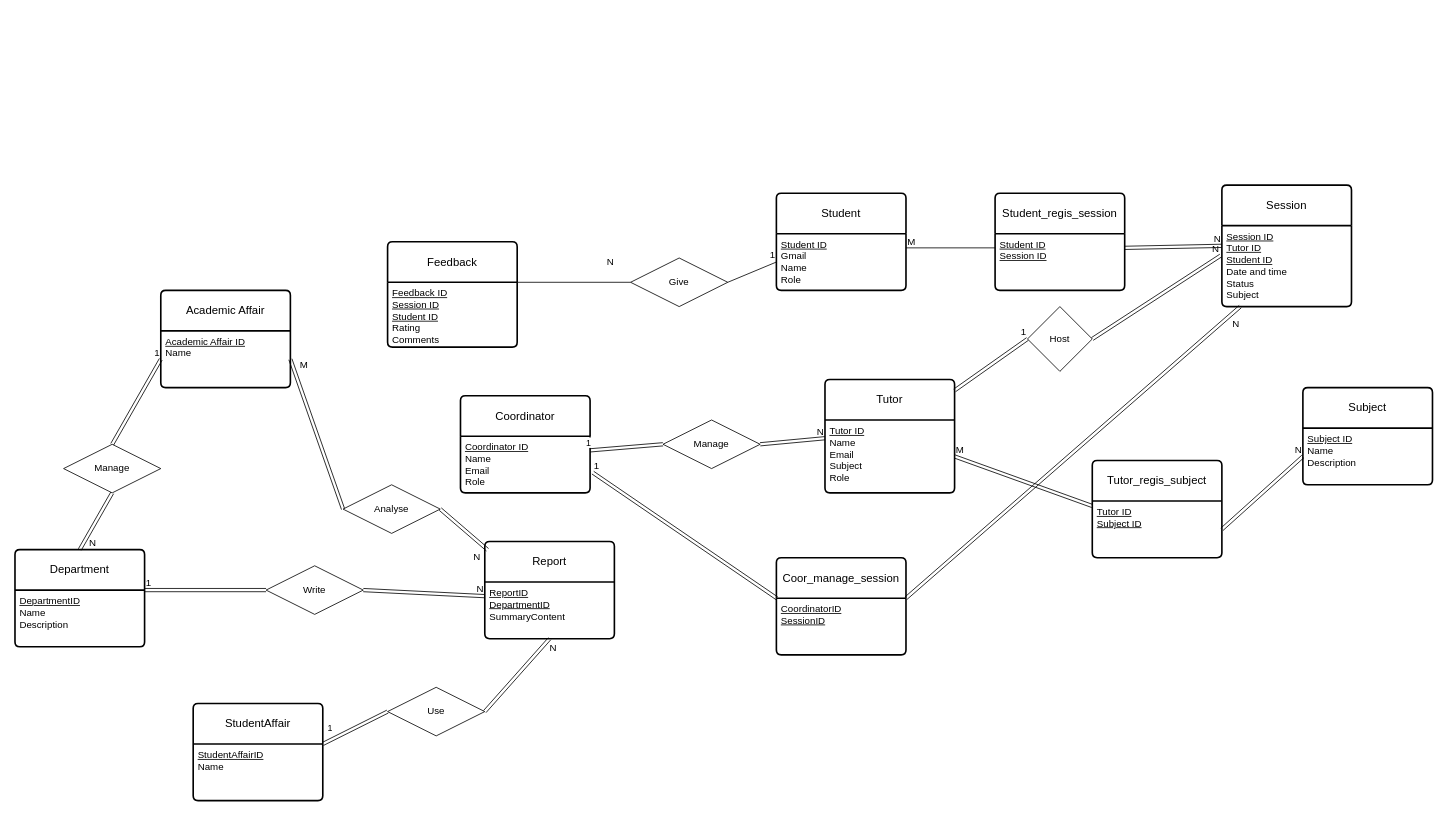
Before: sw2.drawio in Sonhoangvo/csdl, a draw.io diagram. Source tidied: cells renumbered, new cells numbered last; positions are measured from the earlier drawing's top-left corner, leaving out a move shared by most shapes. Both pictures are drawn from the tidied source at 81%, with x=0, y=0 at pixel (15, 185).
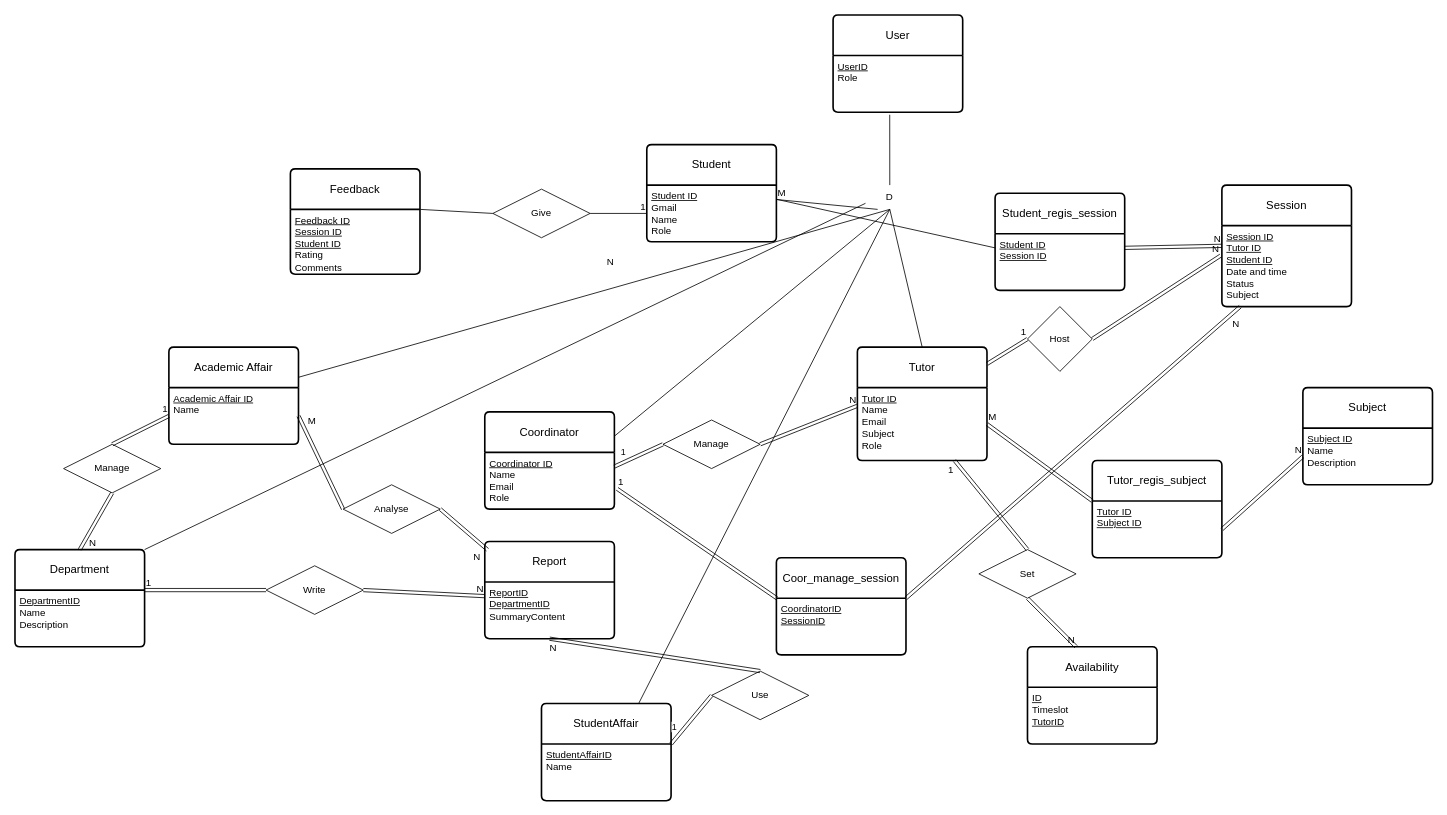
Above is the later version.

Unchanged cells that the change refers to:
```xml
<mxCell id="5" value="&lt;u&gt;Tutor ID&lt;/u&gt;&lt;div&gt;Name&lt;/div&gt;&lt;div&gt;Email&lt;/div&gt;&lt;div&gt;Subject&lt;/div&gt;&lt;div&gt;Role&lt;/div&gt;" style="align=left;strokeColor=none;fillColor=none;spacingLeft=4;spacingRight=4;fontSize=12;verticalAlign=top;html=1;whiteSpace=wrap;" parent="4" vertex="1">
  <mxGeometry y="50" width="160" height="90" as="geometry" />
</mxCell>
<mxCell id="21" value="&lt;u&gt;Tutor ID&lt;/u&gt;&lt;div&gt;&lt;u&gt;Subject ID&lt;/u&gt;&lt;/div&gt;" style="align=left;strokeColor=none;fillColor=none;spacingLeft=4;spacingRight=4;fontSize=12;verticalAlign=top;html=1;whiteSpace=wrap;" parent="20" vertex="1">
  <mxGeometry y="50" width="160" height="70" as="geometry" />
</mxCell>
<mxCell id="43" style="shape=link;html=1;rounded=0;entryX=0;entryY=0.5;entryDx=0;entryDy=0;exitX=1;exitY=0.25;exitDx=0;exitDy=0;" parent="1" edge="1" source="39" target="40">
  <mxGeometry relative="1" as="geometry" />
</mxCell>
<mxCell id="51" value="Department" style="swimlane;horizontal=1;startSize=50;rounded=1;fontSize=14;fontStyle=0;strokeWidth=2;shadow=0;dashed=0;align=center;arcSize=4;whiteSpace=wrap;html=1;" parent="1" vertex="1">
  <mxGeometry y="450" width="160" height="120" as="geometry" />
</mxCell>
<mxCell id="54" value="&lt;u&gt;ReportID&lt;/u&gt;&lt;div&gt;&lt;u&gt;DepartmentID&lt;/u&gt;&lt;/div&gt;&lt;div&gt;SummaryContent&lt;/div&gt;" style="align=left;strokeColor=none;fillColor=none;spacingLeft=4;spacingRight=4;fontSize=12;verticalAlign=top;html=1;whiteSpace=wrap;" parent="53" vertex="1">
  <mxGeometry y="50" width="160" height="70" as="geometry" />
</mxCell>
```

What changed in the source:
```diff
@@
     <mxCell id="2" value="Student" style="swimlane;horizontal=1;startSize=50;rounded=1;fontSize=14;fontStyle=0;strokeWidth=2;shadow=0;dashed=0;align=center;arcSize=4;whiteSpace=wrap;html=1;" parent="1" vertex="1">
-      <mxGeometry x="940" y="10" width="160" height="120" as="geometry" />
+      <mxGeometry x="780" y="-50" width="160" height="120" as="geometry" />
     </mxCell>
@@
     <mxCell id="4" value="Tutor" style="swimlane;horizontal=1;startSize=50;rounded=1;fontSize=14;fontStyle=0;strokeWidth=2;shadow=0;dashed=0;align=center;arcSize=4;whiteSpace=wrap;html=1;" parent="1" vertex="1">
-      <mxGeometry x="1000" y="240" width="160" height="140" as="geometry" />
+      <mxGeometry x="1040" y="200" width="160" height="140" as="geometry" />
     </mxCell>
@@
     <mxCell id="10" value="Feedback" style="swimlane;horizontal=1;startSize=50;rounded=1;fontSize=14;fontStyle=0;strokeWidth=2;shadow=0;dashed=0;align=center;arcSize=4;whiteSpace=wrap;html=1;" parent="1" vertex="1">
-      <mxGeometry x="460" y="70" width="160" height="130" as="geometry" />
+      <mxGeometry x="340" y="-20" width="160" height="130" as="geometry" />
     </mxCell>
@@
-    <mxCell id="22" style="shape=link;html=1;rounded=0;exitX=1;exitY=0.5;exitDx=0;exitDy=0;" parent="1" edge="1" source="5" target="21">
+    <mxCell id="22" style="shape=link;html=1;rounded=0;exitX=1;exitY=0.5;exitDx=0;exitDy=0;entryX=0;entryY=0;entryDx=0;entryDy=0;" parent="1" edge="1" source="5" target="21">
       <mxGeometry relative="1" as="geometry" />
     </mxCell>
@@
     <mxCell id="33" value="Give" style="shape=rhombus;perimeter=rhombusPerimeter;whiteSpace=wrap;html=1;align=center;" parent="1" vertex="1">
-      <mxGeometry x="760" y="90" width="120" height="60" as="geometry" />
+      <mxGeometry x="590" y="5" width="120" height="60" as="geometry" />
     </mxCell>
@@
     <mxCell id="38" value="Coordinator" style="swimlane;horizontal=1;startSize=50;rounded=1;fontSize=14;fontStyle=0;strokeWidth=2;shadow=0;dashed=0;align=center;arcSize=4;whiteSpace=wrap;html=1;" parent="1" vertex="1">
-      <mxGeometry x="550" y="260" width="160" height="120" as="geometry" />
+      <mxGeometry x="580" y="280" width="160" height="120" as="geometry" />
     </mxCell>
@@
     <mxCell id="44" value="1" style="edgeLabel;html=1;align=center;verticalAlign=middle;" parent="43" vertex="1">
       <mxGeometry x="-0.21" y="1" relative="1" as="geometry">
-        <mxPoint x="-38" y="-6" as="offset" />
+        <mxPoint x="-13" y="-6" as="offset" />
       </mxGeometry>
     </mxCell>
@@
     <mxCell id="61" value="Academic Affair" style="swimlane;horizontal=1;startSize=50;rounded=1;fontSize=14;fontStyle=0;strokeWidth=2;shadow=0;dashed=0;align=center;arcSize=4;whiteSpace=wrap;html=1;" parent="1" vertex="1">
-      <mxGeometry x="180" y="130" width="160" height="120" as="geometry" />
+      <mxGeometry x="190" y="200" width="160" height="120" as="geometry" />
     </mxCell>
@@
     <mxCell id="73" value="StudentAffair" style="swimlane;horizontal=1;startSize=50;rounded=1;fontSize=14;fontStyle=0;strokeWidth=2;shadow=0;dashed=0;align=center;arcSize=4;whiteSpace=wrap;html=1;" parent="1" vertex="1">
-      <mxGeometry x="220" y="640" width="160" height="120" as="geometry" />
+      <mxGeometry x="650" y="640" width="160" height="120" as="geometry" />
     </mxCell>
@@
     <mxCell id="75" value="Use" style="shape=rhombus;perimeter=rhombusPerimeter;whiteSpace=wrap;html=1;align=center;" parent="1" vertex="1">
-      <mxGeometry x="460" y="620" width="120" height="60" as="geometry" />
+      <mxGeometry x="860" y="600" width="120" height="60" as="geometry" />
     </mxCell>
-    <mxCell id="76" style="shape=link;html=1;rounded=0;exitX=1;exitY=0.5;exitDx=0;exitDy=0;entryX=0.5;entryY=1;entryDx=0;entryDy=0;" parent="1" edge="1" source="75" target="54">
+    <mxCell id="76" style="shape=link;html=1;rounded=0;exitX=0.5;exitY=0;exitDx=0;exitDy=0;entryX=0.5;entryY=1;entryDx=0;entryDy=0;" parent="1" edge="1" source="75" target="54">
       <mxGeometry relative="1" as="geometry" />
     </mxCell>
@@
+    <mxCell id="80" value="User" style="swimlane;horizontal=1;startSize=50;rounded=1;fontSize=14;fontStyle=0;strokeWidth=2;shadow=0;dashed=0;align=center;arcSize=4;whiteSpace=wrap;html=1;" parent="1" vertex="1">
+      <mxGeometry x="1010" y="-210" width="160" height="120" as="geometry" />
+    </mxCell>
+    <mxCell id="81" value="&lt;u&gt;UserID&lt;/u&gt;&lt;div&gt;Role&lt;/div&gt;" style="align=left;strokeColor=none;fillColor=none;spacingLeft=4;spacingRight=4;fontSize=12;verticalAlign=top;html=1;whiteSpace=wrap;" parent="80" vertex="1">
+      <mxGeometry y="50" width="160" height="70" as="geometry" />
+    </mxCell>
+    <mxCell id="82" style="endArrow=none;html=1;rounded=0;exitX=0.437;exitY=1.045;exitDx=0;exitDy=0;exitPerimeter=0;entryX=0.5;entryY=0;entryDx=0;entryDy=0;" parent="1" edge="1" source="81" target="84">
+      <mxGeometry relative="1" as="geometry" />
+    </mxCell>
+    <mxCell id="83" style="endArrow=none;html=1;rounded=0;entryX=0.5;entryY=0;entryDx=0;entryDy=0;exitX=0.5;exitY=1;exitDx=0;exitDy=0;" parent="1" edge="1" source="84" target="4">
+      <mxGeometry relative="1" as="geometry" />
+    </mxCell>
+    <mxCell id="84" value="D" style="text;html=1;align=center;verticalAlign=middle;whiteSpace=wrap;rounded=0;" parent="1" vertex="1">
+      <mxGeometry x="1050" width="60" height="30" as="geometry" />
+    </mxCell>
+    <mxCell id="85" style="endArrow=none;html=1;rounded=0;entryX=0.25;entryY=1;entryDx=0;entryDy=0;" parent="1" edge="1" source="2" target="84">
+      <mxGeometry relative="1" as="geometry" />
+    </mxCell>
+    <mxCell id="86" style="endArrow=none;html=1;rounded=0;entryX=0.5;entryY=1;entryDx=0;entryDy=0;exitX=1;exitY=0.25;exitDx=0;exitDy=0;" parent="1" edge="1" source="38" target="84">
+      <mxGeometry relative="1" as="geometry" />
+    </mxCell>
+    <mxCell id="87" style="endArrow=none;html=1;rounded=0;entryX=0.5;entryY=1;entryDx=0;entryDy=0;exitX=0.75;exitY=0;exitDx=0;exitDy=0;" parent="1" edge="1" source="73" target="84">
+      <mxGeometry relative="1" as="geometry" />
+    </mxCell>
+    <mxCell id="88" style="endArrow=none;html=1;rounded=0;entryX=0.5;entryY=1;entryDx=0;entryDy=0;" parent="1" edge="1" source="61" target="84">
+      <mxGeometry relative="1" as="geometry" />
+    </mxCell>
+    <mxCell id="89" style="endArrow=none;html=1;rounded=0;entryX=0;entryY=0.75;entryDx=0;entryDy=0;exitX=1;exitY=0;exitDx=0;exitDy=0;" parent="1" edge="1" source="51" target="84">
+      <mxGeometry relative="1" as="geometry" />
+    </mxCell>
+    <mxCell id="90" value="Availability" style="swimlane;horizontal=1;startSize=50;rounded=1;fontSize=14;fontStyle=0;strokeWidth=2;shadow=0;dashed=0;align=center;arcSize=4;whiteSpace=wrap;html=1;" parent="1" vertex="1">
+      <mxGeometry x="1250" y="570" width="160" height="120" as="geometry" />
+    </mxCell>
+    <mxCell id="91" value="&lt;u&gt;ID&lt;/u&gt;&lt;div&gt;Timeslot&lt;/div&gt;&lt;div&gt;&lt;u&gt;TutorID&lt;/u&gt;&lt;/div&gt;" style="align=left;strokeColor=none;fillColor=none;spacingLeft=4;spacingRight=4;fontSize=12;verticalAlign=top;html=1;whiteSpace=wrap;" parent="90" vertex="1">
+      <mxGeometry y="50" width="160" height="70" as="geometry" />
+    </mxCell>
+    <mxCell id="92" value="Set" style="shape=rhombus;perimeter=rhombusPerimeter;whiteSpace=wrap;html=1;align=center;" parent="1" vertex="1">
+      <mxGeometry x="1190" y="450" width="120" height="60" as="geometry" />
+    </mxCell>
+    <mxCell id="93" style="shape=link;html=1;rounded=0;entryX=0.375;entryY=0;entryDx=0;entryDy=0;entryPerimeter=0;exitX=0.5;exitY=1;exitDx=0;exitDy=0;" parent="1" edge="1" source="92" target="90">
+      <mxGeometry relative="1" as="geometry" />
+    </mxCell>
+    <mxCell id="94" value="N" style="html=1;whiteSpace=wrap;align=right;verticalAlign=bottom;" parent="93" vertex="1">
+      <mxGeometry x="1" relative="1" as="geometry" />
+    </mxCell>
+    <mxCell id="95" style="shape=link;html=1;rounded=0;entryX=0.75;entryY=1;entryDx=0;entryDy=0;exitX=0.5;exitY=0;exitDx=0;exitDy=0;" parent="1" edge="1" source="92" target="5">
+      <mxGeometry relative="1" as="geometry" />
+    </mxCell>
+    <mxCell id="96" value="1" style="html=1;whiteSpace=wrap;align=right;verticalAlign=bottom;" parent="95" vertex="1">
+      <mxGeometry x="1" relative="1" as="geometry">
+        <mxPoint y="20" as="offset" />
+      </mxGeometry>
+    </mxCell>
```
